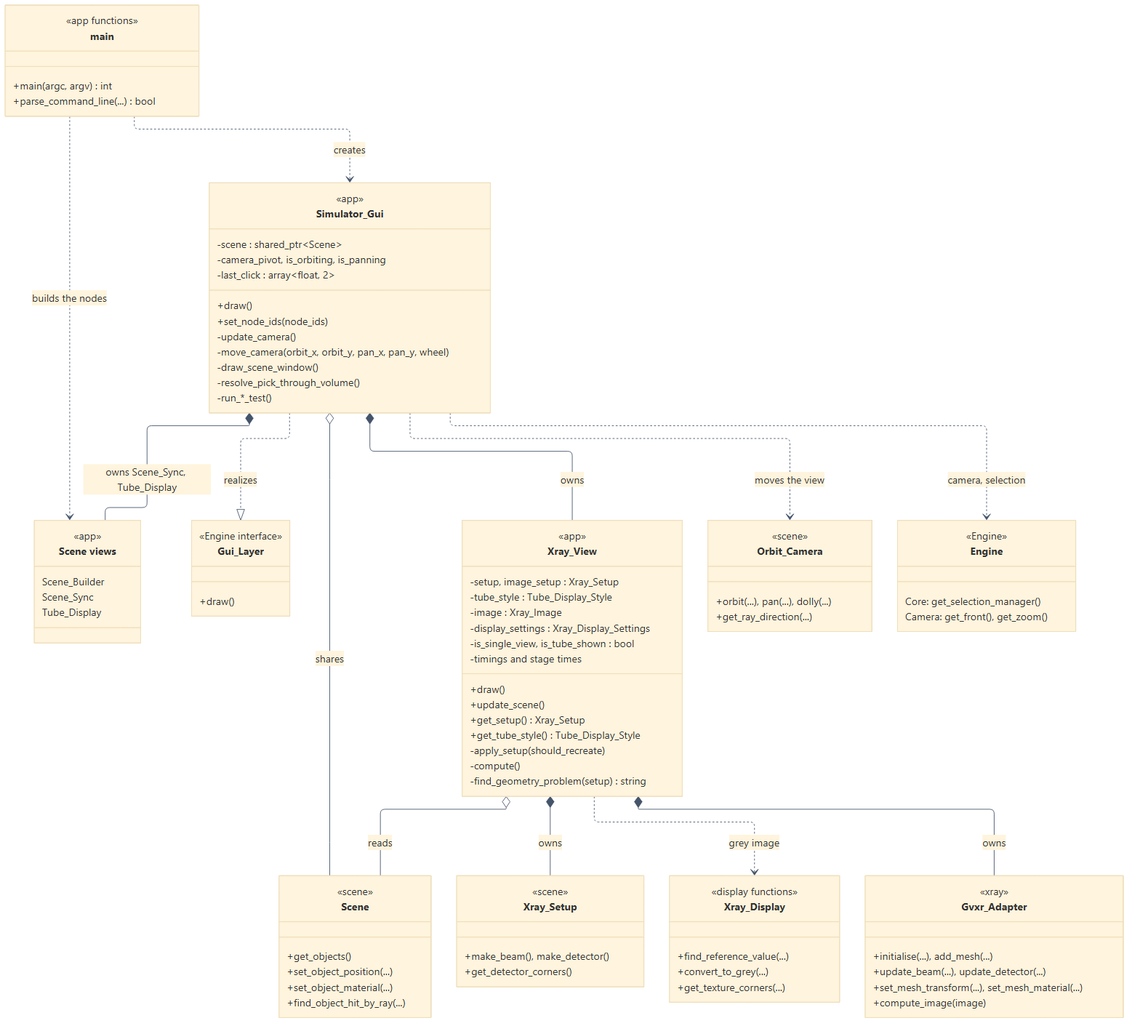
Before: docs/diagrams/uml/app_module.png, a diagram exported from Mermaid (emartg/xray-sim). Its source is kept beside it as docs/diagrams/uml/app_module.mmd. Source of this version:
```mermaid
---
config:
  layout: elk
  fontFamily: "Segoe UI, Arial, sans-serif"
  theme: base
  themeVariables:
    fontSize: 16px
    lineColor: "#44546a"
    edgeLabelBackground: "#ffffff"
  class:
    useMaxWidth: false
---
classDiagram
    direction TB
    class main {
        <<app functions>>
        +main(argc, argv) int
        +parse_command_line(...) bool
    }
    class Simulator_Gui {
        <<app>>
        -scene : shared_ptr~Scene~
        -camera_pivot, is_orbiting, is_panning
        -last_click : array~float, 2~
        +draw()
        +set_node_ids(node_ids)
        -update_camera()
        -move_camera(orbit_x, orbit_y, pan_x, pan_y, wheel)
        -draw_scene_window()
        -resolve_pick_through_volume()
        -run_*_test()
    }
    class Xray_View {
        <<app>>
        -setup, image_setup : Xray_Setup
        -tube_style : Tube_Display_Style
        -image : Xray_Image
        -display_settings : Xray_Display_Settings
        -is_single_view, is_tube_shown : bool
        -timings and stage times
        +draw()
        +update_scene()
        +get_setup() Xray_Setup
        +get_tube_style() Tube_Display_Style
        -apply_setup(should_recreate)
        -compute()
        -find_geometry_problem(setup) string
    }
    class Scene_Views["Scene views"] {
        <<app>>
        Scene_Builder
        Scene_Sync
        Tube_Display
    }
    class Gui_Layer {
        <<Engine interface>>
        +draw()
    }
    class Engine {
        <<Engine>>
        Core: get_selection_manager()
        Camera: get_front(), get_zoom()
    }
    class Scene {
        <<scene>>
        +get_objects()
        +set_object_position(...)
        +set_object_material(...)
        +find_object_hit_by_ray(...)
    }
    class Xray_Setup {
        <<scene>>
        +make_beam(), make_detector()
        +get_detector_corners()
    }
    class Orbit_Camera {
        <<scene>>
        +orbit(...), pan(...), dolly(...)
        +get_ray_direction(...)
    }
    class Xray_Display {
        <<display functions>>
        +find_reference_value(...)
        +convert_to_grey(...)
        +get_texture_corners(...)
    }
    class Gvxr_Adapter {
        <<xray>>
        +initialise(...), add_mesh(...)
        +update_beam(...), update_detector(...)
        +set_mesh_transform(...), set_mesh_material(...)
        +compute_image(image)
    }

    main ..> Scene_Views : builds the nodes
    main ..> Simulator_Gui : creates
    Simulator_Gui ..|> Gui_Layer : realizes
    Simulator_Gui o-- Scene : shares
    Simulator_Gui *-- Scene_Views : owns Scene_Sync, Tube_Display
    Simulator_Gui *-- Xray_View : owns
    Simulator_Gui ..> Orbit_Camera : moves the view
    Simulator_Gui ..> Engine : camera, selection
    Xray_View *-- Xray_Setup : owns
    Xray_View o-- Scene : reads
    Xray_View ..> Xray_Display : grey image
    Xray_View *-- Gvxr_Adapter : owns
```
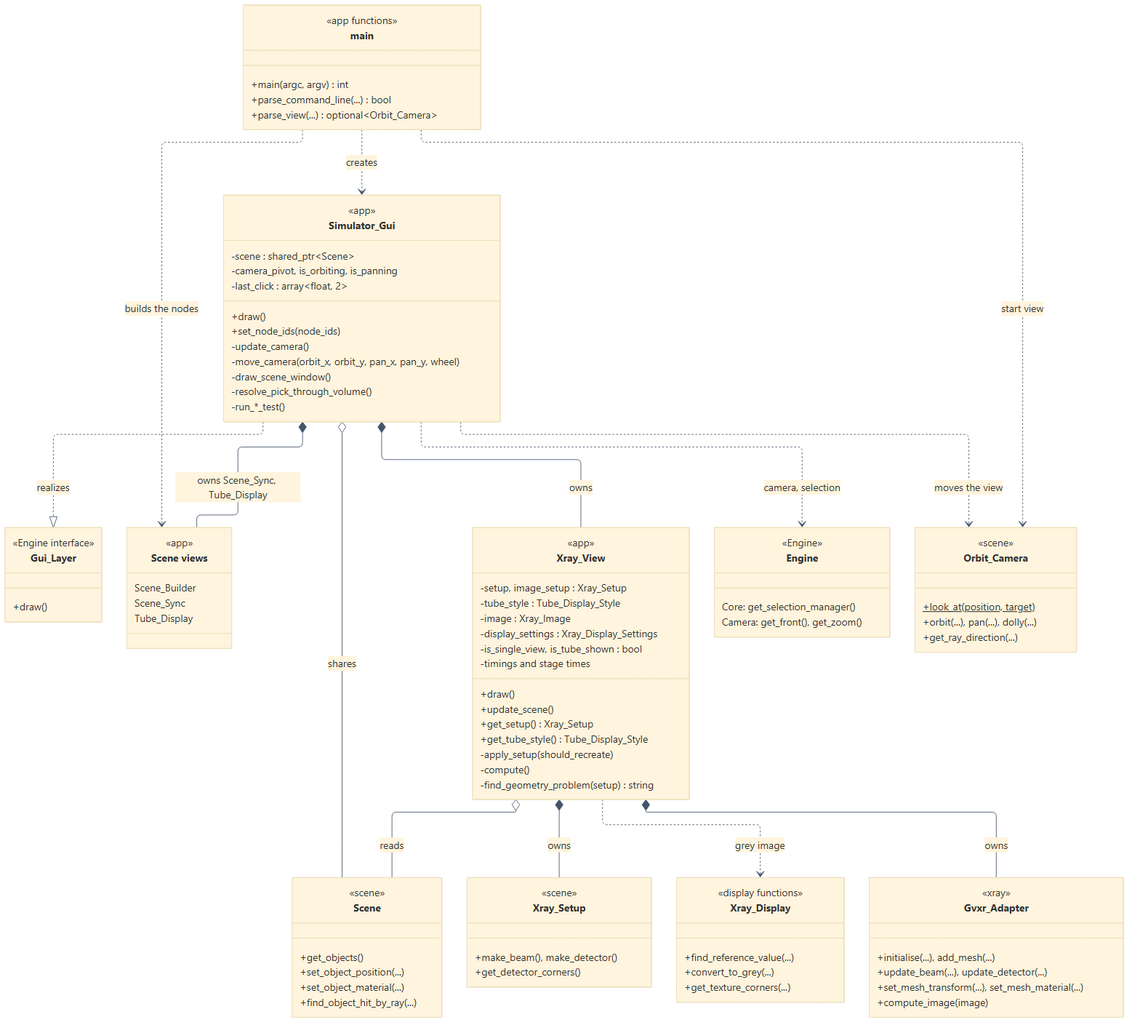
The same file after the commit.

Change to the diagram source:
```diff
@@ -16,6 +16,7 @@
         <<app functions>>
         +main(argc, argv) int
         +parse_command_line(...) bool
+        +parse_view(...) optional~Orbit_Camera~
     }
     class Simulator_Gui {
         <<app>>
@@ -75,6 +76,7 @@
     }
     class Orbit_Camera {
         <<scene>>
+        +look_at(position, target)$
         +orbit(...), pan(...), dolly(...)
         +get_ray_direction(...)
     }
@@ -94,6 +96,7 @@
 
     main ..> Scene_Views : builds the nodes
     main ..> Simulator_Gui : creates
+    main ..> Orbit_Camera : start view
     Simulator_Gui ..|> Gui_Layer : realizes
     Simulator_Gui o-- Scene : shares
     Simulator_Gui *-- Scene_Views : owns Scene_Sync, Tube_Display
```
